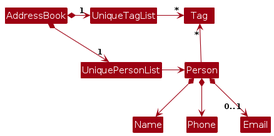
AY2627S1-CS2103T-T16-1/tp keeps this PlantUML diagram as diagrams/BetterModelClassDiagram.png. Above is the earlier version. Its source is kept beside it as diagrams/BetterModelClassDiagram.puml.
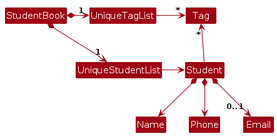
Above is the later version.

The edit, as a diff of the source:
```diff
@@ -4,17 +4,17 @@
 skinparam arrowColor MODEL_COLOR
 skinparam classBackgroundColor MODEL_COLOR
 
-AddressBook *-right-> "1" UniquePersonList
-AddressBook *-right-> "1" UniqueTagList
-UniqueTagList -[hidden]down- UniquePersonList
-UniqueTagList -[hidden]down- UniquePersonList
+StudentBook *-right-> "1" UniqueStudentList
+StudentBook *-right-> "1" UniqueTagList
+UniqueTagList -[hidden]down- UniqueStudentList
+UniqueTagList -[hidden]down- UniqueStudentList
 
 UniqueTagList -right-> "*" Tag
-UniquePersonList -right-> Person
+UniqueStudentList -right-> Student
 
-Person -up-> "*" Tag
+Student -up-> "*" Tag
 
-Person *--> Name
-Person *--> Phone
-Person *--> "0..1" Email
+Student *--> Name
+Student *--> Phone
+Student *--> "0..1" Email
 @enduml
```
